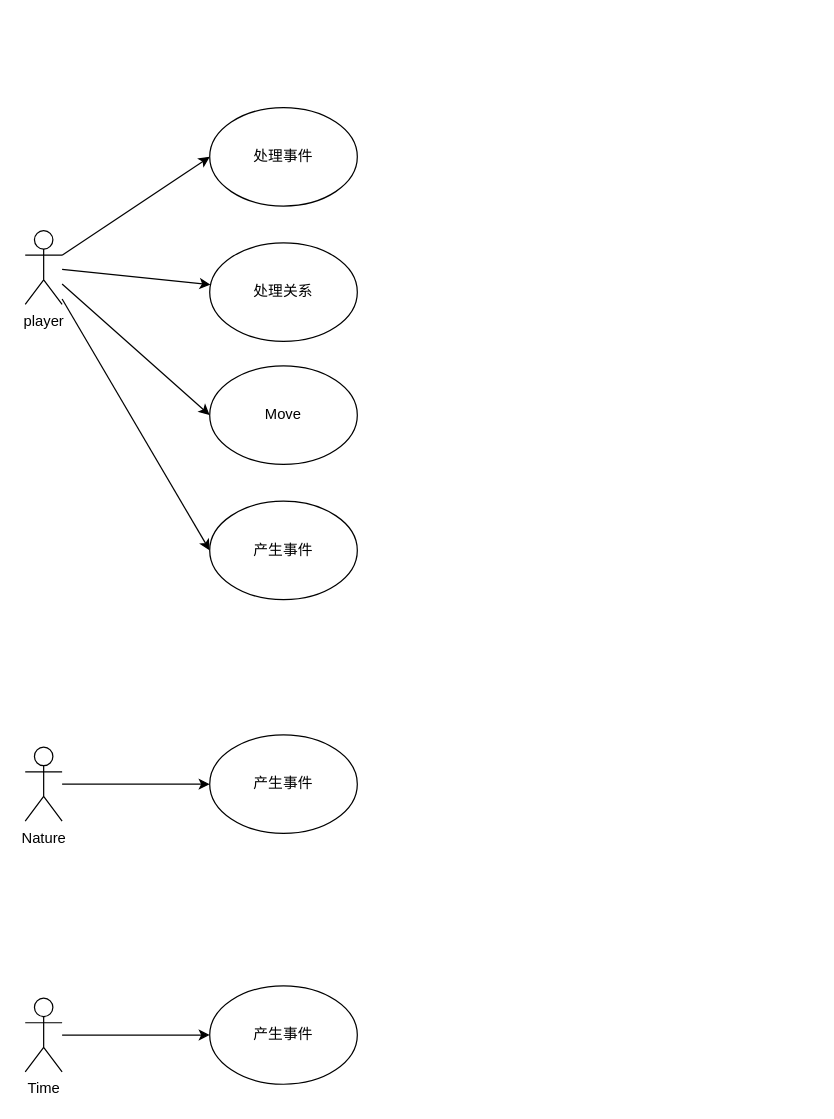
Adamlixi/adamblog.github.io keeps this draw.io diagram as page "第 1 页" (1 of 2) of 未命名绘图.drawio. Above is the earlier version. Source tidied: cells renumbered, new cells numbered last; positions are measured from the earlier drawing's top-left corner, leaving out a move shared by most shapes. Both pictures are drawn from the tidied source at 123%, with x=0, y=0 at pixel (25, 107).
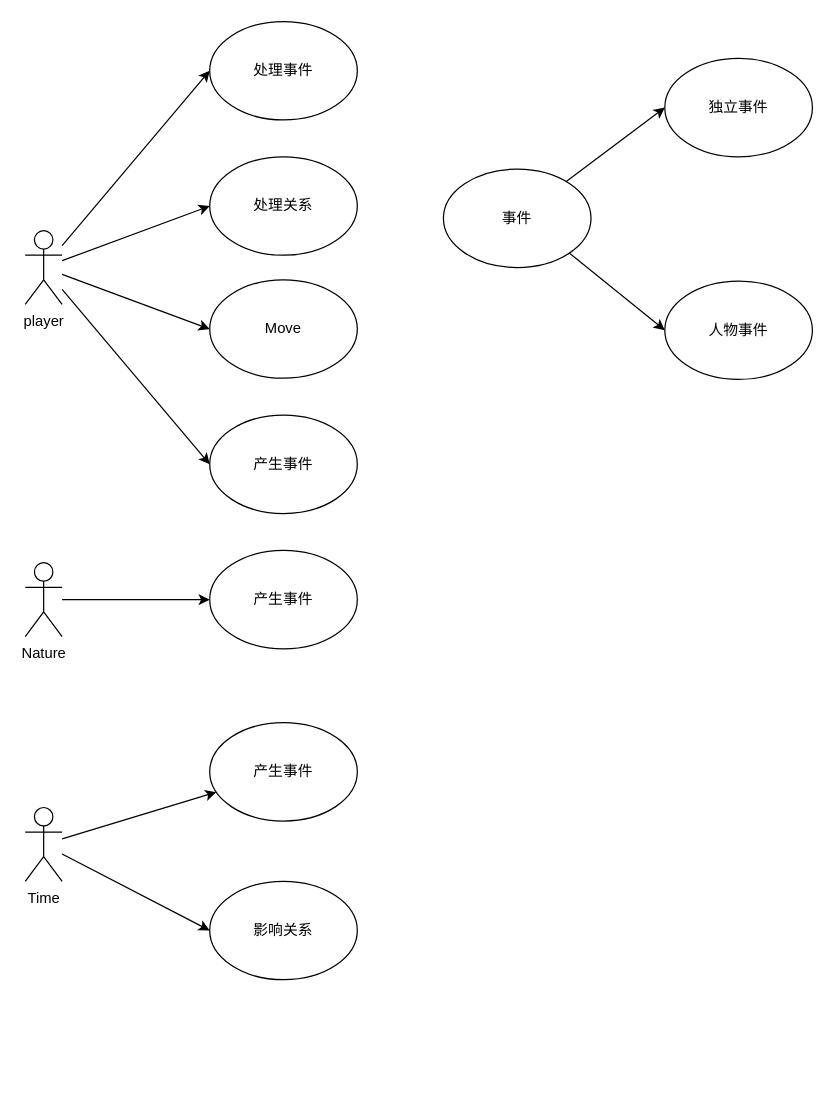
The same diagram, later.

Commit message:
更新未命名绘图.drawio

The change refers to these unchanged cells:
```xml
<mxCell id="6" value="player" style="shape=umlActor;verticalLabelPosition=bottom;verticalAlign=top;html=1;outlineConnect=0;" parent="1" vertex="1">
  <mxGeometry y="100" width="30" height="60" as="geometry" />
</mxCell>
```

The edit, as a diff of the source:
```diff
@@
-    <mxCell id="2" style="edgeStyle=none;rounded=0;jettySize=auto;html=1;" parent="1" edge="1" source="6" target="11">
+    <mxCell id="2" style="edgeStyle=none;rounded=0;jettySize=auto;html=1;entryX=0;entryY=0.5;entryDx=0;entryDy=0;" parent="1" edge="1" source="6" target="11">
       <mxGeometry relative="1" as="geometry" />
     </mxCell>
@@
     <mxCell id="8" value="Nature" style="shape=umlActor;verticalLabelPosition=bottom;verticalAlign=top;html=1;outlineConnect=0;" parent="1" vertex="1">
-      <mxGeometry y="520" width="30" height="60" as="geometry" />
+      <mxGeometry y="370" width="30" height="60" as="geometry" />
     </mxCell>
@@
+    <mxCell id="17" style="edgeStyle=none;rounded=0;jettySize=auto;html=1;entryX=0;entryY=0.5;entryDx=0;entryDy=0;" parent="1" edge="1" source="10" target="18">
+      <mxGeometry relative="1" as="geometry" />
+    </mxCell>
     <mxCell id="10" value="Time" style="shape=umlActor;verticalLabelPosition=bottom;verticalAlign=top;html=1;outlineConnect=0;" parent="1" vertex="1">
-      <mxGeometry y="724" width="30" height="60" as="geometry" />
+      <mxGeometry y="569" width="30" height="60" as="geometry" />
     </mxCell>
     <mxCell id="11" value="处理关系" style="ellipse;whiteSpace=wrap;html=1;" parent="1" vertex="1">
-      <mxGeometry x="150" y="110" width="120" height="80" as="geometry" />
+      <mxGeometry x="150" y="40" width="120" height="80" as="geometry" />
     </mxCell>
     <mxCell id="12" value="Move" style="ellipse;whiteSpace=wrap;html=1;" parent="1" vertex="1">
-      <mxGeometry x="150" y="210" width="120" height="80" as="geometry" />
+      <mxGeometry x="150" y="140" width="120" height="80" as="geometry" />
     </mxCell>
     <mxCell id="13" value="处理事件" style="ellipse;whiteSpace=wrap;html=1;" parent="1" vertex="1">
-      <mxGeometry x="150" width="120" height="80" as="geometry" />
+      <mxGeometry x="150" y="-70" width="120" height="80" as="geometry" />
     </mxCell>
     <mxCell id="14" value="产生事件" style="ellipse;whiteSpace=wrap;html=1;" parent="1" vertex="1">
-      <mxGeometry x="150" y="510" width="120" height="80" as="geometry" />
+      <mxGeometry x="150" y="360" width="120" height="80" as="geometry" />
     </mxCell>
     <mxCell id="15" value="产生事件" style="ellipse;whiteSpace=wrap;html=1;" parent="1" vertex="1">
-      <mxGeometry x="150" y="320" width="120" height="80" as="geometry" />
+      <mxGeometry x="150" y="250" width="120" height="80" as="geometry" />
     </mxCell>
     <mxCell id="16" value="产生事件" style="ellipse;whiteSpace=wrap;html=1;" parent="1" vertex="1">
-      <mxGeometry x="150" y="714" width="120" height="80" as="geometry" />
+      <mxGeometry x="150" y="500" width="120" height="80" as="geometry" />
     </mxCell>
+    <mxCell id="18" value="影响关系" style="ellipse;whiteSpace=wrap;html=1;" parent="1" vertex="1">
+      <mxGeometry x="150" y="629" width="120" height="80" as="geometry" />
+    </mxCell>
+    <mxCell id="19" style="edgeStyle=none;rounded=0;jettySize=auto;html=1;entryX=0;entryY=0.5;entryDx=0;entryDy=0;" parent="1" edge="1" source="21" target="22">
+      <mxGeometry relative="1" as="geometry" />
+    </mxCell>
+    <mxCell id="20" style="edgeStyle=none;rounded=0;jettySize=auto;html=1;exitX=1;exitY=1;exitDx=0;exitDy=0;entryX=0;entryY=0.5;entryDx=0;entryDy=0;" parent="1" edge="1" source="21" target="23">
+      <mxGeometry relative="1" as="geometry" />
+    </mxCell>
+    <mxCell id="21" value="事件" style="ellipse;whiteSpace=wrap;html=1;" parent="1" vertex="1">
+      <mxGeometry x="340" y="50" width="120" height="80" as="geometry" />
+    </mxCell>
+    <mxCell id="22" value="独立事件" style="ellipse;whiteSpace=wrap;html=1;" parent="1" vertex="1">
+      <mxGeometry x="520" y="-40" width="120" height="80" as="geometry" />
+    </mxCell>
+    <mxCell id="23" value="人物事件" style="ellipse;whiteSpace=wrap;html=1;" parent="1" vertex="1">
+      <mxGeometry x="520" y="141" width="120" height="80" as="geometry" />
+    </mxCell>
```
